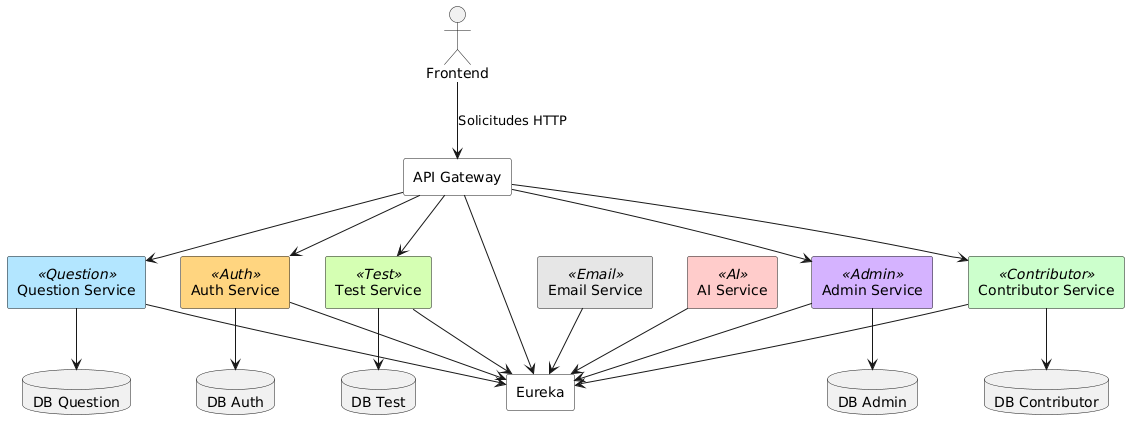
This is arquitectura/Diagrama-MS.png from IF-7100-2025/preguntas-docs, a PlantUML export, as it was before one commit. Source of this version:
```plantuml
@startuml
skinparam componentStyle rectangle

!define AUTH_COLOR #FFD580
!define EMAIL_COLOR #E6E6E6
!define QUESTION_COLOR #B3E6FF
!define TEST_COLOR #D5FFB3
!define AI_COLOR #FFCCCB
!define CONTRIBUTOR_COLOR #CCFFCC
!define ADMIN_COLOR #D5B3FF

actor Frontend

component "API Gateway" as Gateway #White
component "Eureka" as Eureka #White

component "Auth Service" as Auth <<Auth>> AUTH_COLOR
component "Email Service" as Email <<Email>> EMAIL_COLOR
component "Question Service" as Question <<Question>> QUESTION_COLOR
component "Test Service" as Test <<Test>> TEST_COLOR
component "AI Service" as AI <<AI>> AI_COLOR
component "Contributor Service" as Contributor <<Contributor>> CONTRIBUTOR_COLOR
component "Admin Service" as Admin <<Admin>> ADMIN_COLOR

database "DB Auth" as DBAuth
database "DB Question" as DBQuestion
database "DB Test" as DBTest
database "DB Contributor" as DBContributor
database "DB Admin" as DBAdmin

Frontend --> Gateway : Solicitudes HTTP

Gateway --> Auth
Gateway --> Question
Gateway --> Test
Gateway --> Contributor
Gateway --> Admin

Auth --> Eureka
Email --> Eureka
Question --> Eureka
Test --> Eureka
AI --> Eureka
Contributor --> Eureka
Admin --> Eureka
Gateway --> Eureka

Auth --> DBAuth
Question --> DBQuestion
Test --> DBTest
Contributor --> DBContributor
Admin --> DBAdmin
@enduml
```
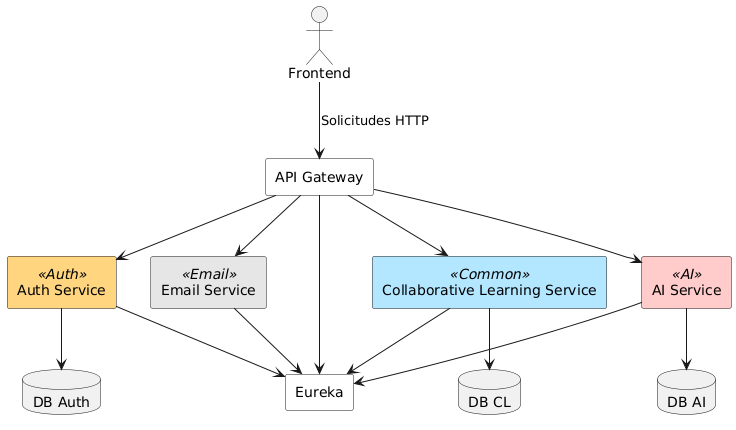
The same diagram one commit later.

Commit message:
Task #58 Corregir esquema arquitectura de microservicios

The edit, as a diff of the source:
```diff
@@ -3,11 +3,8 @@
 
 !define AUTH_COLOR #FFD580
 !define EMAIL_COLOR #E6E6E6
-!define QUESTION_COLOR #B3E6FF
-!define TEST_COLOR #D5FFB3
 !define AI_COLOR #FFCCCB
-!define CONTRIBUTOR_COLOR #CCFFCC
-!define ADMIN_COLOR #D5B3FF
+!define COMMON_COLOR #B3E6FF
 
 actor Frontend
 
@@ -16,38 +13,27 @@
 
 component "Auth Service" as Auth <<Auth>> AUTH_COLOR
 component "Email Service" as Email <<Email>> EMAIL_COLOR
-component "Question Service" as Question <<Question>> QUESTION_COLOR
-component "Test Service" as Test <<Test>> TEST_COLOR
 component "AI Service" as AI <<AI>> AI_COLOR
-component "Contributor Service" as Contributor <<Contributor>> CONTRIBUTOR_COLOR
-component "Admin Service" as Admin <<Admin>> ADMIN_COLOR
+component "Collaborative Learning Service" as Common <<Common>> COMMON_COLOR
 
 database "DB Auth" as DBAuth
-database "DB Question" as DBQuestion
-database "DB Test" as DBTest
-database "DB Contributor" as DBContributor
-database "DB Admin" as DBAdmin
+database "DB CL" as DBCommon
+database "DB AI" as DBAI
 
 Frontend --> Gateway : Solicitudes HTTP
 
 Gateway --> Auth
-Gateway --> Question
-Gateway --> Test
-Gateway --> Contributor
-Gateway --> Admin
+Gateway --> Email
+Gateway --> AI
+Gateway --> Common
 
 Auth --> Eureka
 Email --> Eureka
-Question --> Eureka
-Test --> Eureka
 AI --> Eureka
-Contributor --> Eureka
-Admin --> Eureka
+Common --> Eureka
 Gateway --> Eureka
 
 Auth --> DBAuth
-Question --> DBQuestion
-Test --> DBTest
-Contributor --> DBContributor
-Admin --> DBAdmin
+Common --> DBCommon
+AI --> DBAI
 @enduml
```
